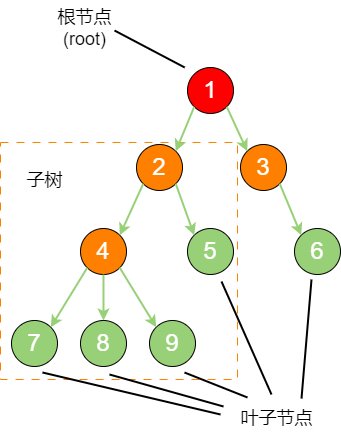
The draw.io diagram docs/languages/python/algorithm_data_structure/assets/tree_structure.png in sankgao/sankgao.github.io, before a commit. Source tidied: cells renumbered, new cells last; positions are measured from the earlier drawing's top-left corner, leaving out a move shared by most shapes. The source it was exported from:
```xml
<mxGraphModel>
  <root>
    <mxCell id="0" />
    <mxCell id="1" parent="0" />
    <mxCell id="2" style="whiteSpace=wrap;html=1;dashed=1;dashPattern=8 8;strokeColor=#FF8000;" parent="1" vertex="1">
      <mxGeometry y="142" width="237" height="237" as="geometry" />
    </mxCell>
    <mxCell id="3" value="1" style="ellipse;whiteSpace=wrap;html=1;fillColor=#FF0000;fontSize=24;fontColor=#FFFFFF;" parent="1" vertex="1">
      <mxGeometry x="187" y="67" width="46" height="46" as="geometry" />
    </mxCell>
    <mxCell id="4" value="2" style="ellipse;whiteSpace=wrap;html=1;fillColor=#FF8000;fontSize=24;fontColor=#FFFFFF;" parent="1" vertex="1">
      <mxGeometry x="136" y="144" width="46" height="46" as="geometry" />
    </mxCell>
    <mxCell id="5" value="3" style="ellipse;whiteSpace=wrap;html=1;fillColor=#FF8000;fontSize=24;fontColor=#FFFFFF;" parent="1" vertex="1">
      <mxGeometry x="240" y="144" width="46" height="46" as="geometry" />
    </mxCell>
    <mxCell id="6" value="5" style="ellipse;whiteSpace=wrap;html=1;fillColor=#97D077;fontSize=24;fontColor=#FFFFFF;" parent="1" vertex="1">
      <mxGeometry x="187" y="228" width="46" height="46" as="geometry" />
    </mxCell>
    <mxCell id="7" value="4" style="ellipse;whiteSpace=wrap;html=1;fillColor=#FF8000;fontSize=24;fontColor=#FFFFFF;" parent="1" vertex="1">
      <mxGeometry x="80" y="228" width="46" height="46" as="geometry" />
    </mxCell>
    <mxCell id="8" value="6" style="ellipse;whiteSpace=wrap;html=1;fillColor=#97D077;fontSize=24;fontColor=#FFFFFF;" parent="1" vertex="1">
      <mxGeometry x="294" y="228" width="46" height="46" as="geometry" />
    </mxCell>
    <mxCell id="9" value="8" style="ellipse;whiteSpace=wrap;html=1;fillColor=#97D077;fontSize=24;fontColor=#FFFFFF;" parent="1" vertex="1">
      <mxGeometry x="80" y="320" width="46" height="46" as="geometry" />
    </mxCell>
    <mxCell id="10" value="7" style="ellipse;whiteSpace=wrap;html=1;fillColor=#97D077;fontSize=24;fontColor=#FFFFFF;" parent="1" vertex="1">
      <mxGeometry x="11" y="320" width="46" height="46" as="geometry" />
    </mxCell>
    <mxCell id="11" value="9" style="ellipse;whiteSpace=wrap;html=1;fillColor=#97D077;fontSize=24;fontColor=#FFFFFF;" parent="1" vertex="1">
      <mxGeometry x="149" y="320" width="46" height="46" as="geometry" />
    </mxCell>
    <mxCell id="12" style="endArrow=classic;html=1;rounded=0;strokeWidth=2;strokeColor=#97D077;exitX=0;exitY=1;exitDx=0;exitDy=0;entryX=1;entryY=0;entryDx=0;entryDy=0;" parent="1" edge="1" source="3" target="4">
      <mxGeometry relative="1" as="geometry" />
    </mxCell>
    <mxCell id="13" style="endArrow=classic;html=1;rounded=0;strokeWidth=2;strokeColor=#97D077;exitX=1;exitY=1;exitDx=0;exitDy=0;entryX=0;entryY=0;entryDx=0;entryDy=0;" parent="1" edge="1" source="3" target="5">
      <mxGeometry relative="1" as="geometry" />
    </mxCell>
    <mxCell id="14" style="endArrow=classic;html=1;rounded=0;strokeWidth=2;strokeColor=#97D077;entryX=1;entryY=0;entryDx=0;entryDy=0;exitX=0;exitY=1;exitDx=0;exitDy=0;" parent="1" edge="1" source="4" target="7">
      <mxGeometry relative="1" as="geometry" />
    </mxCell>
    <mxCell id="15" style="endArrow=classic;html=1;rounded=0;strokeWidth=2;strokeColor=#97D077;exitX=1;exitY=1;exitDx=0;exitDy=0;entryX=0;entryY=0;entryDx=0;entryDy=0;" parent="1" edge="1" source="4" target="6">
      <mxGeometry relative="1" as="geometry" />
    </mxCell>
    <mxCell id="16" style="endArrow=classic;html=1;rounded=0;strokeWidth=2;strokeColor=#97D077;entryX=0;entryY=0;entryDx=0;entryDy=0;exitX=1;exitY=1;exitDx=0;exitDy=0;" parent="1" edge="1" source="5" target="8">
      <mxGeometry relative="1" as="geometry" />
    </mxCell>
    <mxCell id="17" style="endArrow=classic;html=1;rounded=0;strokeWidth=2;strokeColor=#97D077;entryX=1;entryY=0;entryDx=0;entryDy=0;exitX=0;exitY=1;exitDx=0;exitDy=0;" parent="1" edge="1" source="7" target="10">
      <mxGeometry relative="1" as="geometry" />
    </mxCell>
    <mxCell id="18" style="endArrow=classic;html=1;rounded=0;strokeWidth=2;strokeColor=#97D077;entryX=0.5;entryY=0;entryDx=0;entryDy=0;exitX=0.5;exitY=1;exitDx=0;exitDy=0;" parent="1" edge="1" source="7" target="9">
      <mxGeometry relative="1" as="geometry" />
    </mxCell>
    <mxCell id="19" style="endArrow=classic;html=1;rounded=0;strokeWidth=2;strokeColor=#97D077;entryX=0;entryY=0;entryDx=0;entryDy=0;exitX=1;exitY=1;exitDx=0;exitDy=0;" parent="1" edge="1" source="7" target="11">
      <mxGeometry relative="1" as="geometry" />
    </mxCell>
    <mxCell id="20" style="endArrow=none;html=1;rounded=0;strokeWidth=2;" parent="1" edge="1">
      <mxGeometry relative="1" as="geometry">
        <mxPoint x="220" y="414" as="sourcePoint" />
        <mxPoint x="42" y="372" as="targetPoint" />
      </mxGeometry>
    </mxCell>
    <mxCell id="21" style="endArrow=none;html=1;rounded=0;strokeWidth=2;" parent="1" edge="1">
      <mxGeometry relative="1" as="geometry">
        <mxPoint x="223" y="406" as="sourcePoint" />
        <mxPoint x="109" y="374" as="targetPoint" />
      </mxGeometry>
    </mxCell>
    <mxCell id="22" style="endArrow=none;html=1;rounded=0;strokeWidth=2;" parent="1" edge="1">
      <mxGeometry relative="1" as="geometry">
        <mxPoint x="247" y="397" as="sourcePoint" />
        <mxPoint x="184" y="372" as="targetPoint" />
      </mxGeometry>
    </mxCell>
    <mxCell id="23" style="endArrow=none;html=1;rounded=0;strokeWidth=2;" parent="1" edge="1">
      <mxGeometry relative="1" as="geometry">
        <mxPoint x="271" y="394" as="sourcePoint" />
        <mxPoint x="221" y="281" as="targetPoint" />
      </mxGeometry>
    </mxCell>
    <mxCell id="24" style="endArrow=none;html=1;rounded=0;strokeWidth=2;" parent="1" edge="1">
      <mxGeometry relative="1" as="geometry">
        <mxPoint x="301" y="398" as="sourcePoint" />
        <mxPoint x="311" y="279" as="targetPoint" />
      </mxGeometry>
    </mxCell>
    <mxCell id="25" style="endArrow=none;html=1;rounded=0;strokeWidth=2;" parent="1" edge="1">
      <mxGeometry relative="1" as="geometry">
        <mxPoint x="184.2" y="67" as="sourcePoint" />
        <mxPoint x="114" y="30" as="targetPoint" />
      </mxGeometry>
    </mxCell>
    <mxCell id="26" value="&lt;font style=&quot;font-size: 18px;&quot;&gt;根节点&lt;br&gt;(root)&lt;/font&gt;" style="text;html=1;align=center;verticalAlign=middle;strokeColor=none;fillColor=none;" parent="1" vertex="1">
      <mxGeometry x="48" width="72" height="55" as="geometry" />
    </mxCell>
    <mxCell id="27" value="&lt;font style=&quot;font-size: 18px;&quot;&gt;子树&lt;/font&gt;" style="text;html=1;align=center;verticalAlign=middle;strokeColor=none;fillColor=none;" parent="1" vertex="1">
      <mxGeometry x="17" y="163" width="54" height="34" as="geometry" />
    </mxCell>
    <mxCell id="28" value="&lt;font style=&quot;font-size: 18px;&quot;&gt;叶子节点&lt;/font&gt;" style="text;html=1;align=center;verticalAlign=middle;strokeColor=none;fillColor=none;" parent="1" vertex="1">
      <mxGeometry x="231" y="401" width="90" height="34" as="geometry" />
    </mxCell>
  </root>
</mxGraphModel>
```
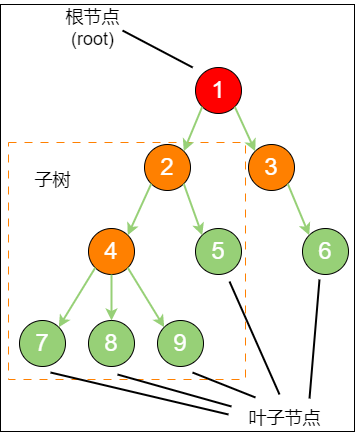
After the commit.

What changed in the source:
```diff
@@ -2,6 +2,9 @@
   <root>
     <mxCell id="0" />
     <mxCell id="1" parent="0" />
+    <mxCell id="29" style="rounded=0;whiteSpace=wrap;html=1;" parent="1" vertex="1">
+      <mxGeometry x="-8" y="4" width="354" height="427" as="geometry" />
+    </mxCell>
     <mxCell id="2" style="whiteSpace=wrap;html=1;dashed=1;dashPattern=8 8;strokeColor=#FF8000;" parent="1" vertex="1">
       <mxGeometry y="142" width="237" height="237" as="geometry" />
     </mxCell>
```
